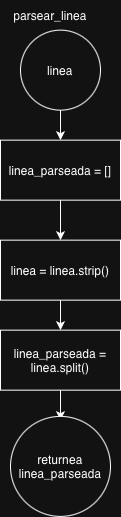
Earlier version of the draw.io export Diagramas/parsear_linea.png (benjacoduti/Pulse_Lab). Source tidied: cells renumbered, new cells last; positions are measured from the earlier drawing's top-left corner, leaving out a move shared by most shapes.
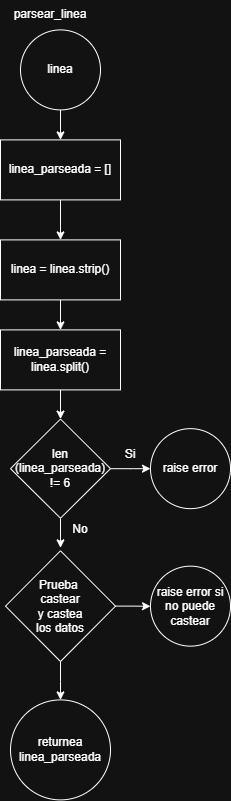
Later version of the same file.

The edit, as a diff of the source:
```diff
@@ -6,33 +6,63 @@
       <mxGeometry relative="1" as="geometry" />
     </mxCell>
     <mxCell id="3" value="linea" style="ellipse;whiteSpace=wrap;html=1;" parent="1" vertex="1">
-      <mxGeometry x="20" y="29.7" width="80" height="80" as="geometry" />
+      <mxGeometry x="100" y="28.4" width="80" height="80" as="geometry" />
     </mxCell>
     <mxCell id="4" style="edgeStyle=orthogonalEdgeStyle;rounded=0;jettySize=auto;html=1;" parent="1" edge="1" source="5" target="9">
       <mxGeometry relative="1" as="geometry" />
     </mxCell>
     <mxCell id="5" value="linea = linea.strip()" style="rounded=0;whiteSpace=wrap;html=1;" parent="1" vertex="1">
-      <mxGeometry y="239.6" width="120" height="60" as="geometry" />
+      <mxGeometry x="80" y="238.4" width="120" height="60" as="geometry" />
     </mxCell>
     <mxCell id="6" style="edgeStyle=orthogonalEdgeStyle;rounded=0;jettySize=auto;html=1;" parent="1" edge="1" source="7" target="5">
       <mxGeometry relative="1" as="geometry" />
     </mxCell>
     <mxCell id="7" value="linea_parseada = []" style="rounded=0;whiteSpace=wrap;html=1;" parent="1" vertex="1">
-      <mxGeometry y="139.7" width="120" height="60" as="geometry" />
+      <mxGeometry x="80" y="138.4" width="120" height="60" as="geometry" />
     </mxCell>
-    <mxCell id="8" style="edgeStyle=orthogonalEdgeStyle;rounded=0;jettySize=auto;html=1;" parent="1" edge="1" source="9">
-      <mxGeometry relative="1" as="geometry">
-        <mxPoint x="60" y="419.7" as="targetPoint" />
-      </mxGeometry>
+    <mxCell id="8" style="edgeStyle=orthogonalEdgeStyle;rounded=0;jettySize=auto;html=1;" parent="1" edge="1" source="9" target="14">
+      <mxGeometry relative="1" as="geometry" />
     </mxCell>
     <mxCell id="9" value="linea_parseada = linea.split()" style="rounded=0;whiteSpace=wrap;html=1;" parent="1" vertex="1">
-      <mxGeometry y="329.6" width="120" height="60" as="geometry" />
+      <mxGeometry x="80" y="328.4" width="120" height="60" as="geometry" />
     </mxCell>
     <mxCell id="10" value="returnea linea_parseada" style="ellipse;whiteSpace=wrap;html=1;" parent="1" vertex="1">
-      <mxGeometry x="10" y="415.9" width="100" height="100" as="geometry" />
+      <mxGeometry x="90" y="698.4" width="100" height="100" as="geometry" />
     </mxCell>
     <mxCell id="11" value="parsear_linea" style="text;html=1;whiteSpace=wrap;strokeColor=none;fillColor=none;align=center;verticalAlign=middle;rounded=0;" parent="1" vertex="1">
-      <mxGeometry x="20" y="-0.4" width="60" height="30" as="geometry" />
+      <mxGeometry x="100" y="-1.6" width="60" height="30" as="geometry" />
     </mxCell>
+    <mxCell id="12" style="edgeStyle=orthogonalEdgeStyle;rounded=0;jettySize=auto;html=1;" parent="1" edge="1" source="14" target="15">
+      <mxGeometry relative="1" as="geometry" />
+    </mxCell>
+    <mxCell id="13" style="edgeStyle=orthogonalEdgeStyle;rounded=0;jettySize=auto;html=1;" parent="1" edge="1" source="14">
+      <mxGeometry relative="1" as="geometry">
+        <mxPoint x="140" y="546.3" as="targetPoint" />
+      </mxGeometry>
+    </mxCell>
+    <mxCell id="14" value="len&lt;div&gt;(linea_parseada) != 6&lt;/div&gt;" style="rhombus;whiteSpace=wrap;html=1;rounded=0;" parent="1" vertex="1">
+      <mxGeometry x="90" y="417.6" width="100" height="99.1" as="geometry" />
+    </mxCell>
+    <mxCell id="15" value="raise error" style="ellipse;whiteSpace=wrap;html=1;rounded=0;" parent="1" vertex="1">
+      <mxGeometry x="230" y="427.1" width="80" height="80" as="geometry" />
+    </mxCell>
+    <mxCell id="16" value="Si" style="text;html=1;whiteSpace=wrap;strokeColor=none;fillColor=none;align=center;verticalAlign=middle;rounded=0;" parent="1" vertex="1">
+      <mxGeometry x="180" y="438.4" width="60" height="30" as="geometry" />
+    </mxCell>
+    <mxCell id="17" value="No" style="text;html=1;whiteSpace=wrap;strokeColor=none;fillColor=none;align=center;verticalAlign=middle;rounded=0;" parent="1" vertex="1">
+      <mxGeometry x="130" y="513.4" width="60" height="30" as="geometry" />
+    </mxCell>
+    <mxCell id="18" style="edgeStyle=orthogonalEdgeStyle;rounded=0;jettySize=auto;html=1;" parent="1" edge="1" source="19" target="21">
+      <mxGeometry relative="1" as="geometry" />
+    </mxCell>
+    <mxCell id="19" value="Prueba&amp;nbsp;&lt;div&gt;castear&lt;div&gt;&amp;nbsp;y castea&amp;nbsp;&lt;div&gt;los datos&lt;/div&gt;&lt;/div&gt;&lt;/div&gt;" style="rhombus;whiteSpace=wrap;html=1;" parent="1" vertex="1">
+      <mxGeometry x="85" y="549.3" width="110" height="110.7" as="geometry" />
+    </mxCell>
+    <mxCell id="20" style="edgeStyle=orthogonalEdgeStyle;rounded=0;jettySize=auto;html=1;" parent="1" edge="1" source="19" target="10">
+      <mxGeometry relative="1" as="geometry" />
+    </mxCell>
+    <mxCell id="21" value="raise error si no puede castear" style="ellipse;whiteSpace=wrap;html=1;" parent="1" vertex="1">
+      <mxGeometry x="230" y="564.6" width="80" height="80" as="geometry" />
+    </mxCell>
   </root>
 </mxGraphModel>
```
